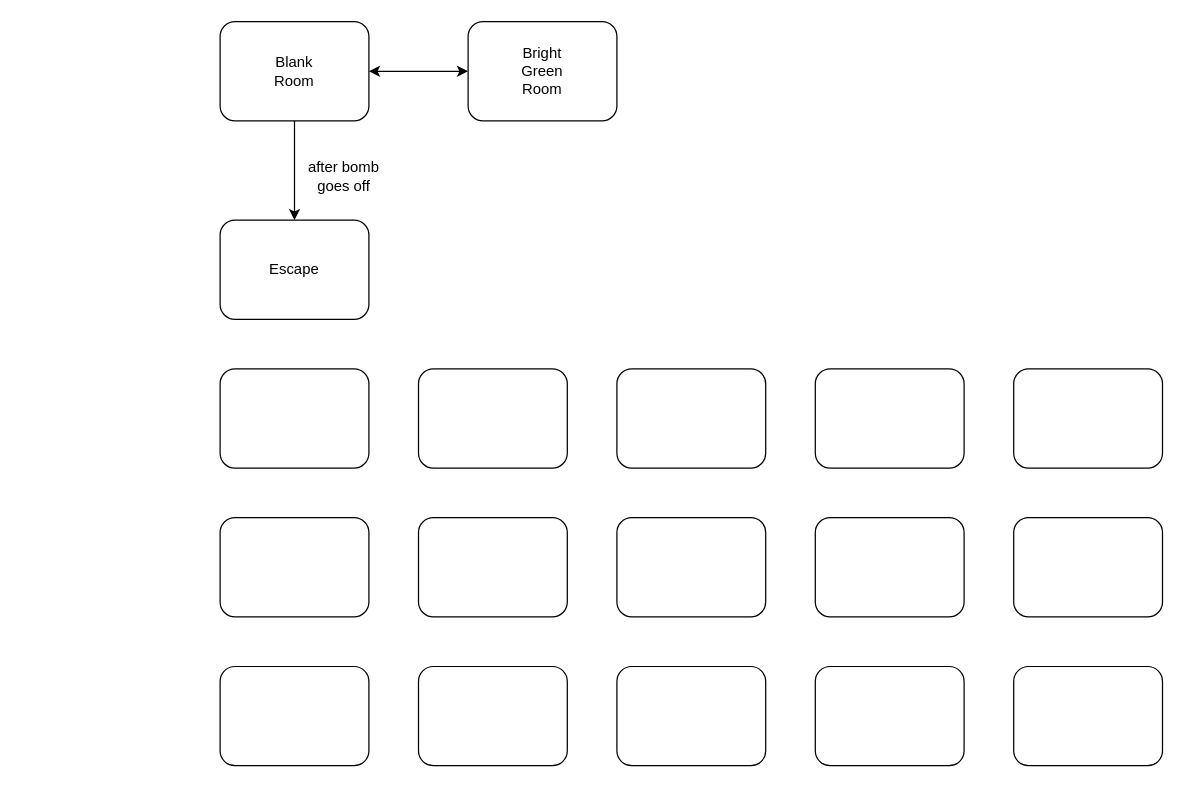
Above: Zuul/Zuul_Map.drawio in ThisIsForSchoolIgnoreItIfSeen/Projects_for_CPP (draw.io), before the change. Source tidied: cells renumbered, new cells numbered last; positions are measured from the earlier drawing's top-left corner, leaving out a move shared by most shapes. Both pictures are drawn from the tidied source at 124%, with x=0, y=0 at pixel (219, 21).
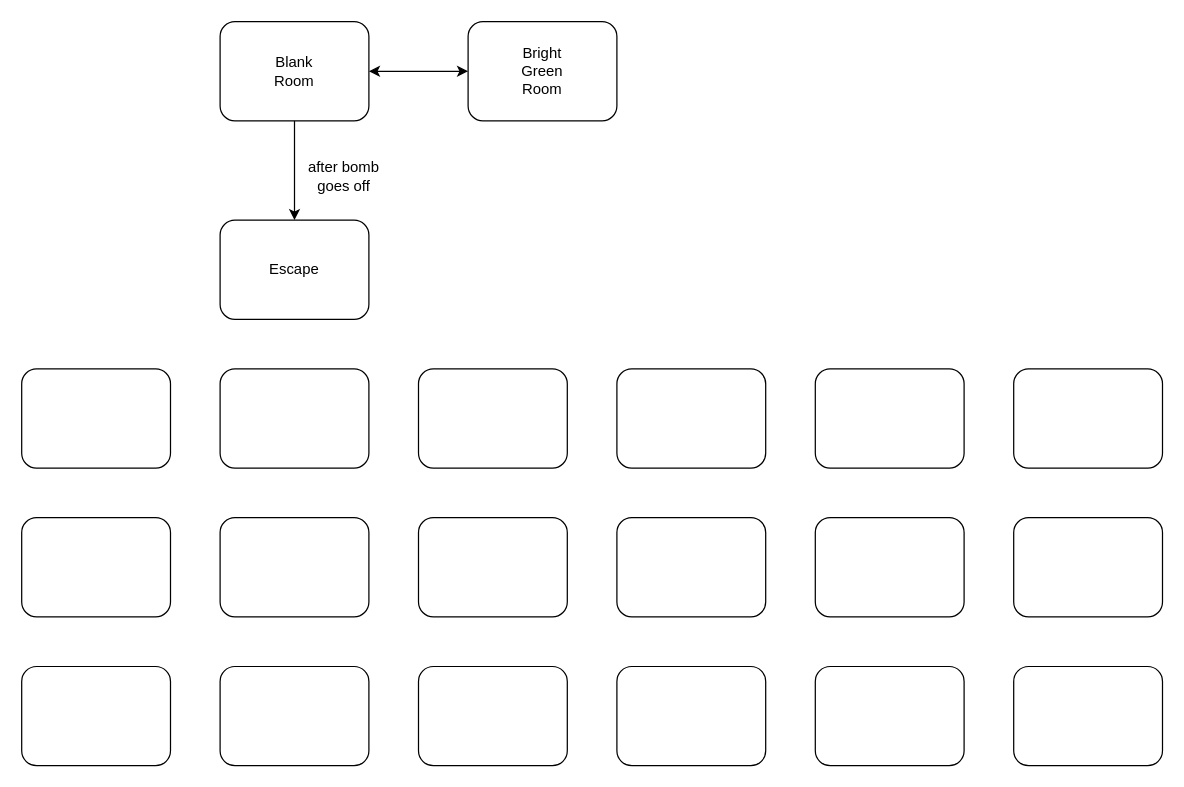
After the change.

Commit message (it also covers changes not shown here):
working on zuul

Diff of the diagram source:
```diff
@@
+    <mxCell id="26" style="rounded=1;whiteSpace=wrap;html=1;" parent="1" vertex="1">
+      <mxGeometry x="-160" y="280" width="120" height="80" as="geometry" />
+    </mxCell>
+    <mxCell id="27" style="rounded=1;whiteSpace=wrap;html=1;" parent="1" vertex="1">
+      <mxGeometry x="-160" y="400" width="120" height="80" as="geometry" />
+    </mxCell>
+    <mxCell id="28" style="rounded=1;whiteSpace=wrap;html=1;" parent="1" vertex="1">
+      <mxGeometry x="-160" y="520" width="120" height="80" as="geometry" />
+    </mxCell>
```
